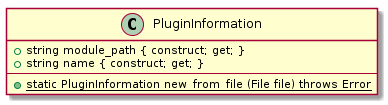
The PlantUML diagram report/figures/design/class/core/plugin-information.png in geoffjay/comp8506-docs, before a commit.
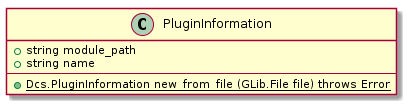
Later version of the same file.

Diff of the diagram source:
```diff
@@ -1,8 +1,8 @@
 @startuml
 class PluginInformation {
-    +string module_path { construct; get; }
-    +string name { construct; get; }
+    +string module_path
+    +string name
     ----
-    +{static}static PluginInformation new_from_file (File file) throws Error
+    +{static} Dcs.PluginInformation new_from_file (GLib.File file) throws Error
 }
 @enduml
```
